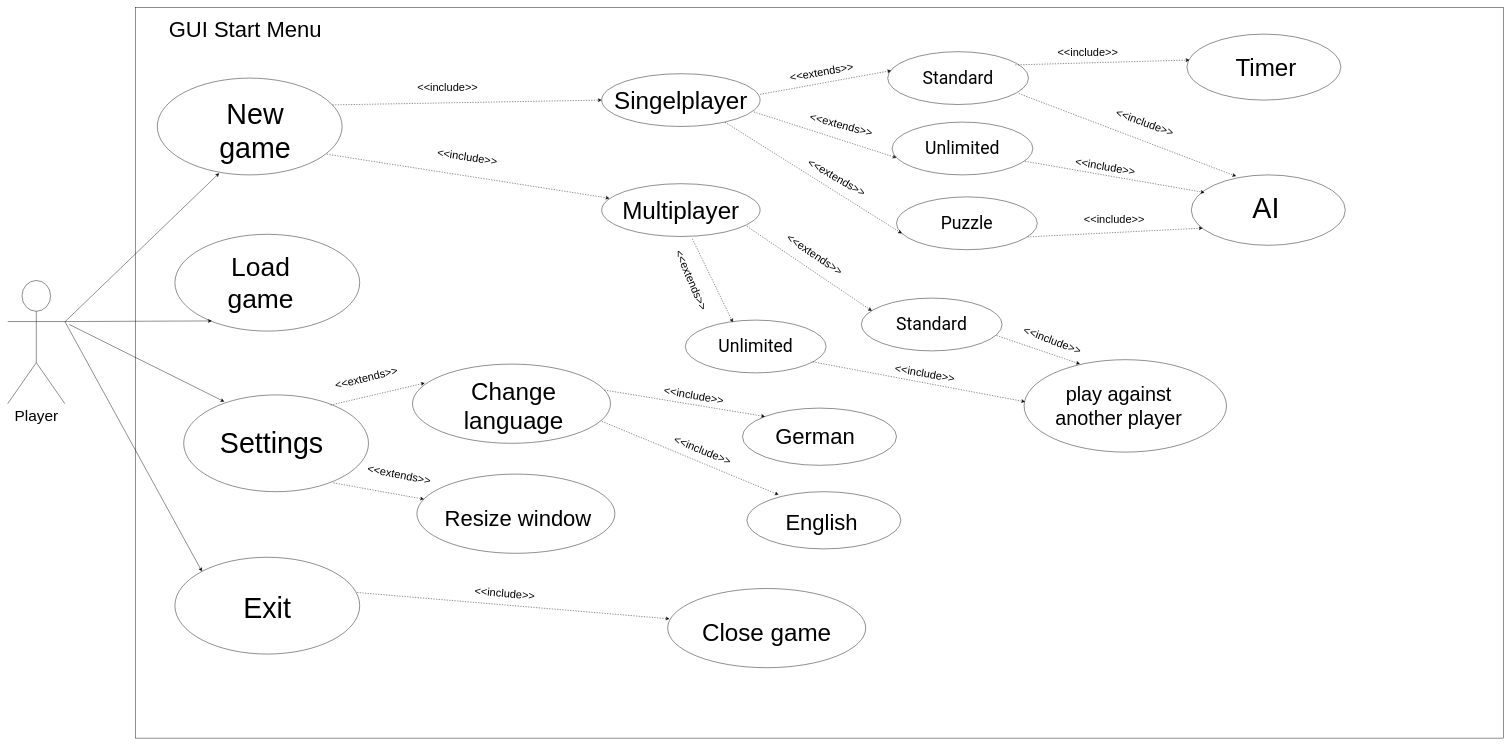
This is page "Page-1" (1 of 2) of docs/content/diagrams/raw/GUIStartMenuDiagram.drawio from nolliebigspin/chess-game, a draw.io file, before an edit. Source tidied: cells renumbered, new cells numbered last; positions are measured from the earlier drawing's top-left corner, leaving out a move shared by most shapes. Both pictures are drawn from the tidied source at 44%, with x=0, y=0 at pixel (7, 7).
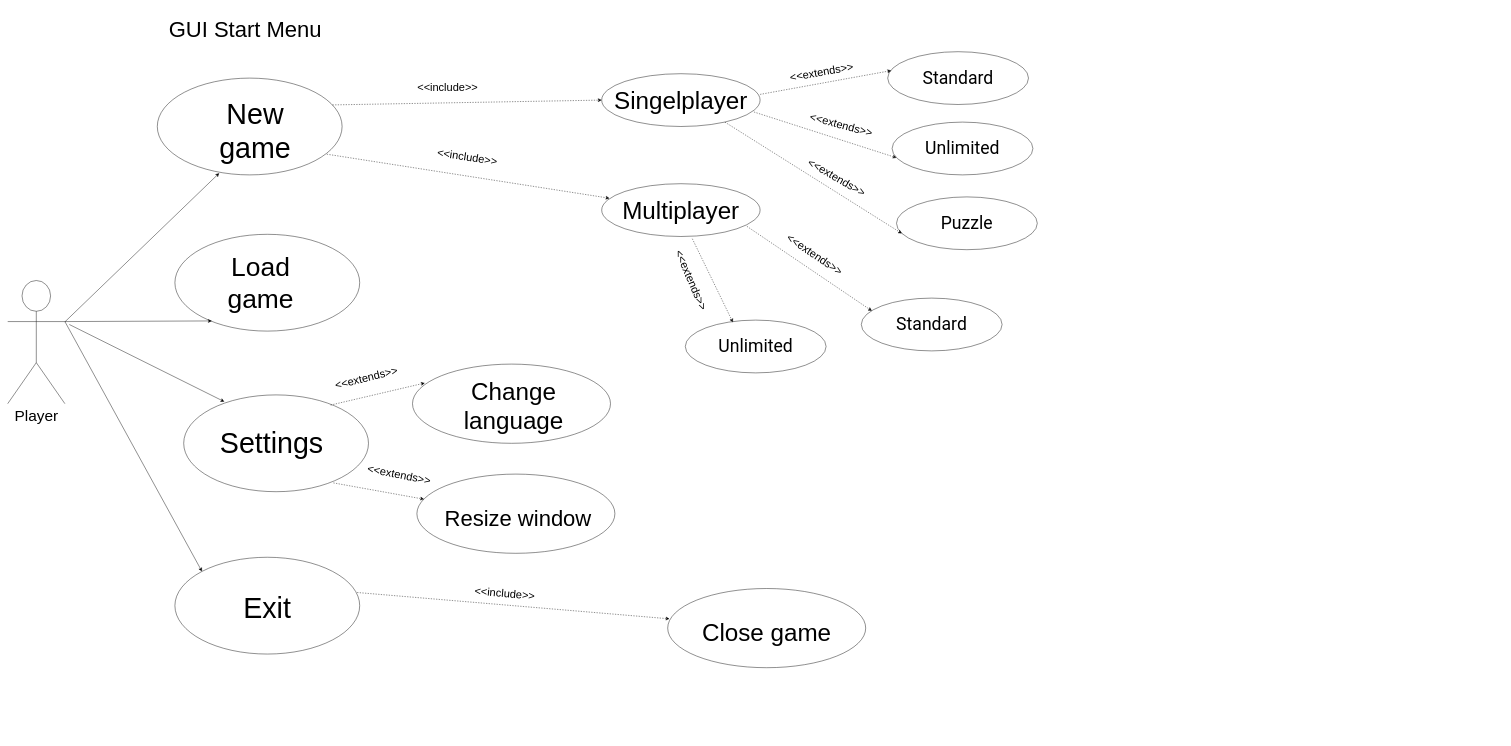
After the change.

Commit message:
Usecase GUIStartMenu remove Systemrelevant bubbles in raw

Unchanged cells that the change refers to:
```xml
<mxCell id="16" style="ellipse;whiteSpace=wrap;html=1;fontSize=19;" parent="1" vertex="1">
  <mxGeometry x="2000" y="100" width="320" height="120" as="geometry" />
</mxCell>
<mxCell id="17" style="ellipse;whiteSpace=wrap;html=1;fontSize=19;" parent="1" vertex="1">
  <mxGeometry x="2010" y="260" width="320" height="120" as="geometry" />
</mxCell>
<mxCell id="18" style="ellipse;whiteSpace=wrap;html=1;fontSize=19;" parent="1" vertex="1">
  <mxGeometry x="2020" y="430" width="320" height="120" as="geometry" />
</mxCell>
<mxCell id="19" style="ellipse;whiteSpace=wrap;html=1;fontSize=19;" parent="1" vertex="1">
  <mxGeometry x="1540" y="710" width="320" height="120" as="geometry" />
</mxCell>
<mxCell id="20" style="ellipse;whiteSpace=wrap;html=1;fontSize=19;" parent="1" vertex="1">
  <mxGeometry x="1940" y="660" width="320" height="120" as="geometry" />
</mxCell>
<mxCell id="30" style="ellipse;whiteSpace=wrap;html=1;fontSize=19;" parent="1" vertex="1">
  <mxGeometry x="920" y="810" width="450" height="180" as="geometry" />
</mxCell>
```

Change to the diagram source:
```diff
@@
-    <mxCell id="3" style="whiteSpace=wrap;html=1;" parent="1" vertex="1">
-      <mxGeometry x="290" width="3110" height="1660" as="geometry" />
-    </mxCell>
@@
-    <mxCell id="26" style="ellipse;whiteSpace=wrap;html=1;fontSize=19;" parent="1" vertex="1">
-      <mxGeometry x="2680" y="60" width="350" height="150" as="geometry" />
-    </mxCell>
-    <mxCell id="27" style="ellipse;whiteSpace=wrap;html=1;fontSize=19;" parent="1" vertex="1">
-      <mxGeometry x="2690" y="380" width="350" height="160" as="geometry" />
-    </mxCell>
-    <mxCell id="28" value="&lt;font style=&quot;font-size: 65px&quot;&gt;AI&lt;/font&gt;" style="text;html=1;strokeColor=none;fillColor=none;align=center;verticalAlign=middle;whiteSpace=wrap;rounded=0;fontSize=19;" parent="1" vertex="1">
-      <mxGeometry x="2735" y="400" width="250" height="110" as="geometry" />
-    </mxCell>
-    <mxCell id="29" value="&lt;font style=&quot;font-size: 55px&quot;&gt;Timer&lt;/font&gt;" style="text;html=1;strokeColor=none;fillColor=none;align=center;verticalAlign=middle;whiteSpace=wrap;rounded=0;fontSize=19;" parent="1" vertex="1">
-      <mxGeometry x="2740" y="90" width="240" height="90" as="geometry" />
-    </mxCell>
@@
-    <mxCell id="36" style="ellipse;whiteSpace=wrap;html=1;fontSize=19;" parent="1" vertex="1">
-      <mxGeometry x="1670" y="910" width="350" height="130" as="geometry" />
-    </mxCell>
-    <mxCell id="37" style="ellipse;whiteSpace=wrap;html=1;fontSize=19;" parent="1" vertex="1">
-      <mxGeometry x="1680" y="1100" width="350" height="130" as="geometry" />
-    </mxCell>
-    <mxCell id="38" value="&lt;font style=&quot;font-size: 50px&quot;&gt;German&lt;/font&gt;" style="text;html=1;strokeColor=none;fillColor=none;align=center;verticalAlign=middle;whiteSpace=wrap;rounded=0;fontSize=19;" parent="1" vertex="1">
-      <mxGeometry x="1700" y="940" width="270" height="70" as="geometry" />
-    </mxCell>
-    <mxCell id="39" value="&lt;font style=&quot;font-size: 50px&quot;&gt;English&lt;/font&gt;" style="text;html=1;strokeColor=none;fillColor=none;align=center;verticalAlign=middle;whiteSpace=wrap;rounded=0;fontSize=19;" parent="1" vertex="1">
-      <mxGeometry x="1710" y="1130" width="280" height="80" as="geometry" />
-    </mxCell>
@@
-    <mxCell id="48" value="&lt;font style=&quot;font-size: 25px&quot;&gt;&amp;lt;&amp;lt;include&amp;gt;&amp;gt;&lt;/font&gt;" style="text;html=1;strokeColor=none;fillColor=none;align=center;verticalAlign=middle;whiteSpace=wrap;rounded=0;fontSize=19;" parent="1" vertex="1">
-      <mxGeometry x="2330" y="70" width="250" height="60" as="geometry" />
-    </mxCell>
-    <mxCell id="49" value="&lt;font style=&quot;font-size: 25px&quot;&gt;&amp;lt;&amp;lt;include&amp;gt;&amp;gt;&lt;/font&gt;" style="text;html=1;strokeColor=none;fillColor=none;align=center;verticalAlign=middle;whiteSpace=wrap;rounded=0;fontSize=19;rotation=20.2;" parent="1" vertex="1">
-      <mxGeometry x="2470" y="230" width="230" height="60" as="geometry" />
-    </mxCell>
-    <mxCell id="50" value="&lt;font style=&quot;font-size: 25px&quot;&gt;&amp;lt;&amp;lt;include&amp;gt;&amp;gt;&lt;/font&gt;" style="text;html=1;strokeColor=none;fillColor=none;align=center;verticalAlign=middle;whiteSpace=wrap;rounded=0;fontSize=19;rotation=10;" parent="1" vertex="1">
-      <mxGeometry x="2390" y="320" width="210" height="80" as="geometry" />
-    </mxCell>
-    <mxCell id="51" value="&lt;font style=&quot;font-size: 25px&quot;&gt;&amp;lt;&amp;lt;include&amp;gt;&amp;gt;&lt;/font&gt;" style="text;html=1;strokeColor=none;fillColor=none;align=center;verticalAlign=middle;whiteSpace=wrap;rounded=0;fontSize=19;rotation=0;" parent="1" vertex="1">
-      <mxGeometry x="2410" y="440" width="210" height="80" as="geometry" />
-    </mxCell>
@@
-    <mxCell id="60" style="endArrow=classic;html=1;dashed=1;fontSize=19;exitX=0.931;exitY=0.758;exitDx=0;exitDy=0;exitPerimeter=0;entryX=0.074;entryY=0.756;entryDx=0;entryDy=0;entryPerimeter=0;" parent="1" edge="1" source="18" target="27">
-      <mxGeometry relative="1" as="geometry" />
-    </mxCell>
-    <mxCell id="61" style="endArrow=classic;html=1;dashed=1;fontSize=19;exitX=0.944;exitY=0.742;exitDx=0;exitDy=0;exitPerimeter=0;entryX=0.086;entryY=0.25;entryDx=0;entryDy=0;entryPerimeter=0;" parent="1" edge="1" source="17" target="27">
-      <mxGeometry relative="1" as="geometry" />
-    </mxCell>
-    <mxCell id="62" style="endArrow=classic;html=1;dashed=1;fontSize=19;exitX=0.931;exitY=0.792;exitDx=0;exitDy=0;exitPerimeter=0;entryX=0.291;entryY=0.019;entryDx=0;entryDy=0;entryPerimeter=0;" parent="1" edge="1" source="16" target="27">
-      <mxGeometry relative="1" as="geometry" />
-    </mxCell>
-    <mxCell id="63" style="endArrow=classic;html=1;dashed=1;fontSize=19;exitX=0.906;exitY=0.25;exitDx=0;exitDy=0;exitPerimeter=0;entryX=0.017;entryY=0.393;entryDx=0;entryDy=0;entryPerimeter=0;" parent="1" edge="1" source="16" target="26">
-      <mxGeometry relative="1" as="geometry" />
-    </mxCell>
-    <mxCell id="64" style="endArrow=classic;html=1;dashed=1;fontSize=19;exitX=0.969;exitY=0.328;exitDx=0;exitDy=0;exitPerimeter=0;entryX=0;entryY=0;entryDx=0;entryDy=0;" parent="1" edge="1" source="30" target="36">
-      <mxGeometry relative="1" as="geometry" />
-    </mxCell>
-    <mxCell id="65" style="endArrow=classic;html=1;dashed=1;fontSize=19;exitX=0.956;exitY=0.722;exitDx=0;exitDy=0;exitPerimeter=0;entryX=0.206;entryY=0.054;entryDx=0;entryDy=0;entryPerimeter=0;" parent="1" edge="1" source="30" target="37">
-      <mxGeometry relative="1" as="geometry" />
-    </mxCell>
@@
-    <mxCell id="71" value="&lt;span style=&quot;font-size: 25px&quot;&gt;&amp;lt;&amp;lt;include&amp;gt;&amp;gt;&lt;/span&gt;" style="text;html=1;strokeColor=none;fillColor=none;align=center;verticalAlign=middle;whiteSpace=wrap;rounded=0;fontSize=19;rotation=10;" parent="1" vertex="1">
-      <mxGeometry x="1470" y="850" width="180" height="60" as="geometry" />
-    </mxCell>
-    <mxCell id="72" value="&lt;span style=&quot;font-size: 25px&quot;&gt;&amp;lt;&amp;lt;include&amp;gt;&amp;gt;&lt;/span&gt;" style="text;html=1;strokeColor=none;fillColor=none;align=center;verticalAlign=middle;whiteSpace=wrap;rounded=0;fontSize=19;rotation=22.1;" parent="1" vertex="1">
-      <mxGeometry x="1480" y="970" width="200" height="70" as="geometry" />
-    </mxCell>
@@
-    <mxCell id="74" style="ellipse;whiteSpace=wrap;html=1;fontSize=19;" parent="1" vertex="1">
-      <mxGeometry x="2310" y="800" width="460" height="210" as="geometry" />
-    </mxCell>
-    <mxCell id="75" value="&lt;font style=&quot;font-size: 45px&quot;&gt;play against another player&lt;/font&gt;" style="text;html=1;strokeColor=none;fillColor=none;align=center;verticalAlign=middle;whiteSpace=wrap;rounded=0;fontSize=19;" parent="1" vertex="1">
-      <mxGeometry x="2370" y="850" width="310" height="110" as="geometry" />
-    </mxCell>
-    <mxCell id="76" style="endArrow=classic;html=1;dashed=1;fontSize=19;exitX=0.961;exitY=0.708;exitDx=0;exitDy=0;exitPerimeter=0;entryX=0.276;entryY=0.046;entryDx=0;entryDy=0;entryPerimeter=0;" parent="1" edge="1" source="20" target="74">
-      <mxGeometry relative="1" as="geometry" />
-    </mxCell>
-    <mxCell id="77" style="endArrow=classic;html=1;dashed=1;fontSize=19;exitX=0.906;exitY=0.791;exitDx=0;exitDy=0;exitPerimeter=0;entryX=0.005;entryY=0.455;entryDx=0;entryDy=0;entryPerimeter=0;" parent="1" edge="1" source="19" target="74">
-      <mxGeometry relative="1" as="geometry" />
-    </mxCell>
-    <mxCell id="78" value="&lt;span style=&quot;font-size: 25px&quot;&gt;&amp;lt;&amp;lt;include&amp;gt;&amp;gt;&lt;/span&gt;" style="text;html=1;strokeColor=none;fillColor=none;align=center;verticalAlign=middle;whiteSpace=wrap;rounded=0;fontSize=19;rotation=20.9;" parent="1" vertex="1">
-      <mxGeometry x="2290" y="720" width="170" height="70" as="geometry" />
-    </mxCell>
-    <mxCell id="79" value="&lt;span style=&quot;font-size: 25px&quot;&gt;&amp;lt;&amp;lt;include&amp;gt;&amp;gt;&lt;/span&gt;" style="text;html=1;strokeColor=none;fillColor=none;align=center;verticalAlign=middle;whiteSpace=wrap;rounded=0;fontSize=19;rotation=10;" parent="1" vertex="1">
-      <mxGeometry x="1980" y="800" width="210" height="60" as="geometry" />
-    </mxCell>
```
